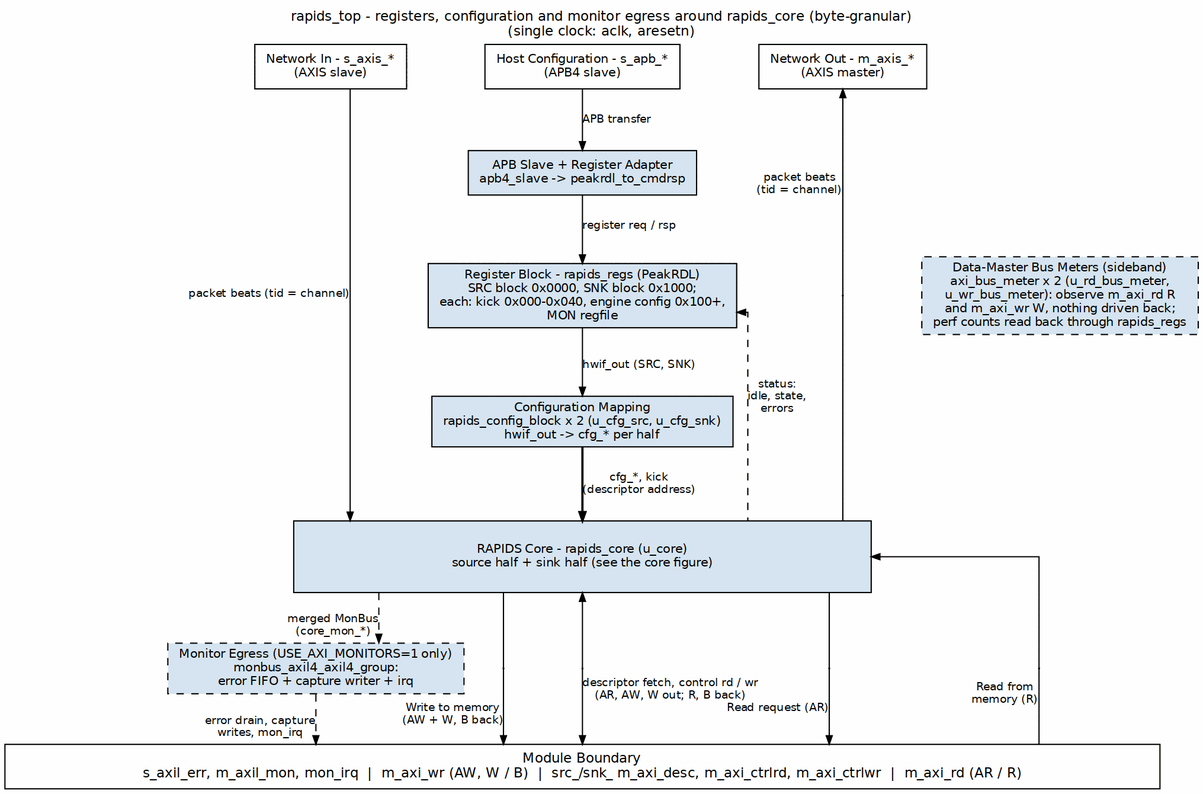
The Graphviz diagram projects/components/dma-ip/rapids/docs/rapids_mas/assets/graphviz/10_rapids_top.png in sean-galloway/RTLDesignSherpa, before a commit. Its source is kept beside it as projects/components/dma-ip/rapids/docs/rapids_mas/assets/graphviz/10_rapids_top.dot.
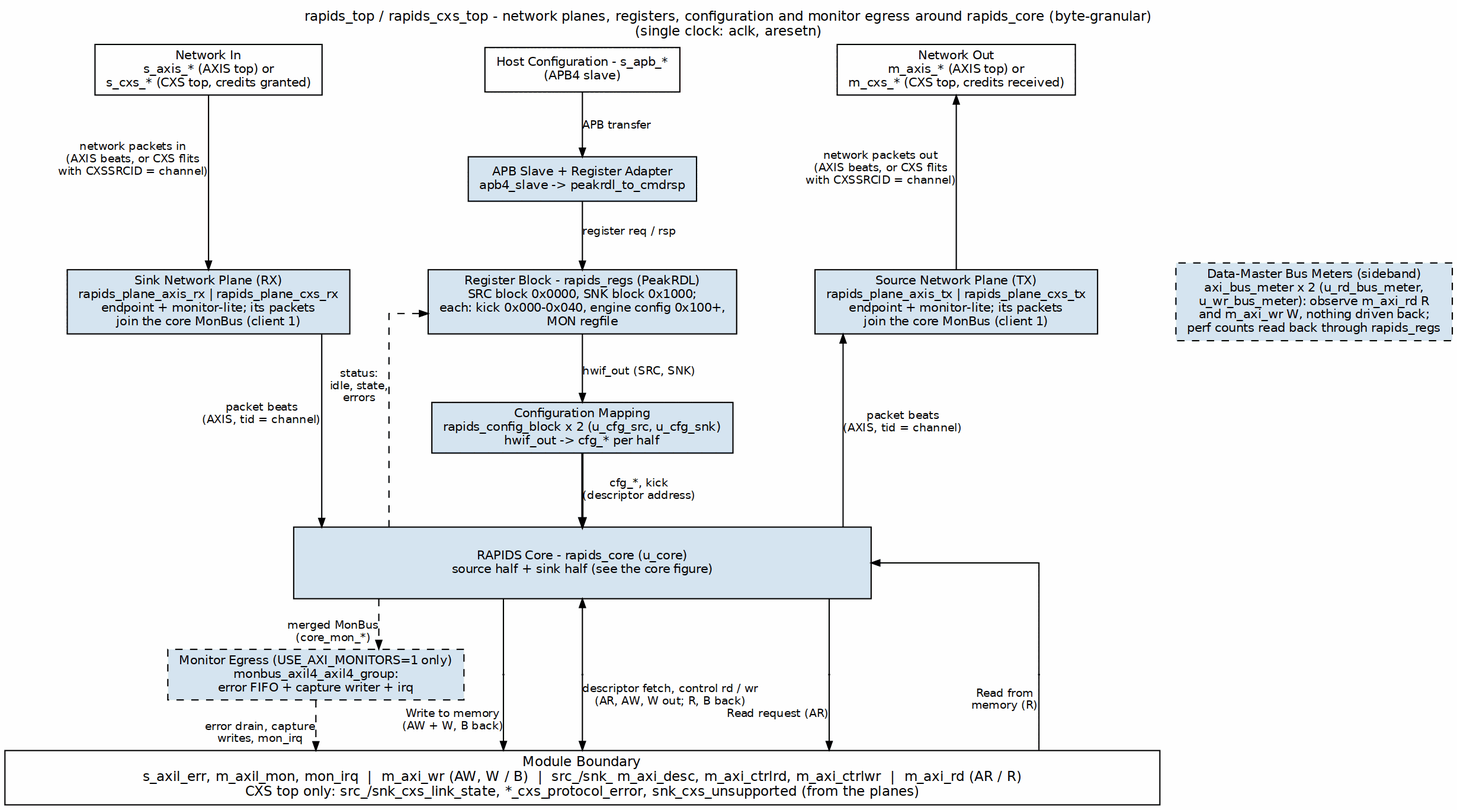
The same file after the commit.

The edit, as a diff of the source:
```diff
@@ -1,16 +1,18 @@
 digraph rapids_top_integration {
     graph [rankdir=TB, bgcolor="white", fontname="Helvetica", fontsize=11,
            nodesep="0.45", ranksep="0.55", splines=ortho,
-           label="rapids_top - registers, configuration and monitor egress around rapids_core (byte-granular)\n(single clock: aclk, aresetn)",
+           label="rapids_top / rapids_cxs_top - network planes, registers, configuration and monitor egress around rapids_core (byte-granular)\n(single clock: aclk, aresetn)",
            labelloc=t, labeljust=c];
     node  [fontname="Helvetica", fontsize=10, shape=box, style=filled,
            fillcolor="#D6E4F0", color="black", margin="0.12,0.06"];
     edge  [fontname="Helvetica", fontsize=9, color="black", arrowsize=0.7];
 
-    s_axis [label="Network In - s_axis_*\n(AXIS slave)", fillcolor="white", group=L];
+    s_axis [label="Network In\ns_axis_* (AXIS top) or\ns_cxs_* (CXS top, credits granted)", fillcolor="white", group=L];
     s_apb  [label="Host Configuration - s_apb_*\n(APB4 slave)", fillcolor="white", group=C];
-    m_axis [label="Network Out - m_axis_*\n(AXIS master)", fillcolor="white", group=R];
+    m_axis [label="Network Out\nm_axis_* (AXIS top) or\nm_cxs_* (CXS top, credits received)", fillcolor="white", group=R];
 
+    plane_rx [label="Sink Network Plane (RX)\nrapids_plane_axis_rx | rapids_plane_cxs_rx\nendpoint + monitor-lite; its packets\njoin the core MonBus (client 1)", group=L];
+    plane_tx [label="Source Network Plane (TX)\nrapids_plane_axis_tx | rapids_plane_cxs_tx\nendpoint + monitor-lite; its packets\njoin the core MonBus (client 1)", group=R];
     apb    [label="APB Slave + Register Adapter\napb4_slave -> peakrdl_to_cmdrsp", group=C];
     regs   [label="Register Block - rapids_regs (PeakRDL)\nSRC block 0x0000, SNK block 0x1000;\neach: kick 0x000-0x040, engine config 0x100+,\nMON regfile", group=C];
     meters [label="Data-Master Bus Meters (sideband)\naxi_bus_meter x 2 (u_rd_bus_meter,\nu_wr_bus_meter): observe m_axi_rd R\nand m_axi_wr W, nothing driven back;\nperf counts read back through rapids_regs", style="filled,dashed"];
@@ -18,7 +20,7 @@
     core   [label="RAPIDS Core - rapids_core (u_core)\nsource half + sink half (see the core figure)", width=6.5, height=0.8, group=C];
     mon    [label="Monitor Egress (USE_AXI_MONITORS=1 only)\nmonbus_axil4_axil4_group:\nerror FIFO + capture writer + irq", style="filled,dashed"];
 
-    bar [label="Module Boundary\ns_axil_err, m_axil_mon, mon_irq  |  m_axi_wr (AW, W / B)  |  src_/snk_ m_axi_desc, m_axi_ctrlrd, m_axi_ctrlwr  |  m_axi_rd (AR / R)",
+    bar [label="Module Boundary\ns_axil_err, m_axil_mon, mon_irq  |  m_axi_wr (AW, W / B)  |  src_/snk_ m_axi_desc, m_axi_ctrlrd, m_axi_ctrlwr  |  m_axi_rd (AR / R)\nCXS top only: src_/snk_cxs_link_state, *_cxs_protocol_error, snk_cxs_unsupported (from the planes)",
          fillcolor="white", width=13.0, fontsize=11, group=C];
 
     s_apb -> apb  [label="APB transfer"];
@@ -26,10 +28,10 @@
     regs  -> cfg  [label="hwif_out (SRC, SNK)"];
     cfg   -> core [label="cfg_*, kick\n(descriptor address)", penwidth=1.8];
 
-    s_axis -> core [xlabel="packet beats (tid = channel)"];
-    p_m [shape=point, width=0.01, group=R];
-    m_axis -> p_m [dir=back, xlabel="packet beats\n(tid = channel)", headclip=false];
-    p_m -> core [dir=none, tailclip=false];
+    s_axis   -> plane_rx [xlabel="network packets in\n(AXIS beats, or CXS flits\nwith CXSSRCID = channel)"];
+    plane_rx -> core     [xlabel="packet beats\n(AXIS, tid = channel)"];
+    m_axis   -> plane_tx [dir=back, xlabel="network packets out\n(AXIS beats, or CXS flits\nwith CXSSRCID = channel)"];
+    plane_tx -> core     [dir=back, xlabel="packet beats\n(AXIS, tid = channel)"];
 
     regs -> core [dir=back, style=dashed, constraint=false, xlabel="status:\nidle, state,\nerrors"];
 
@@ -56,7 +58,7 @@
 
     { rank=same; s_axis; s_apb; m_axis; }
     s_axis -> s_apb -> m_axis [style=invis];
-    { rank=same; regs; p_m; meters; }
-    regs -> p_m -> meters [style=invis];
+    { rank=same; plane_rx; regs; plane_tx; meters; }
+    plane_rx -> regs -> plane_tx -> meters [style=invis];
     { rank=same; p_wr; mon; }
 }
```
